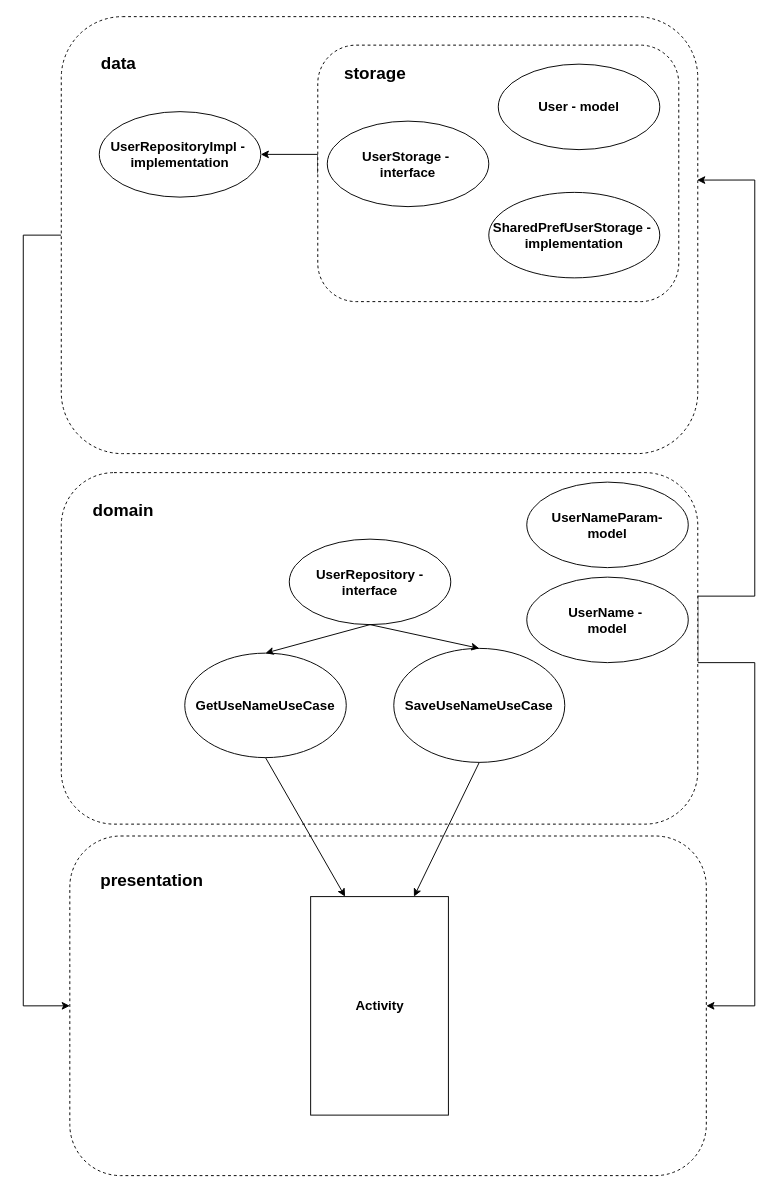
AlexeyYuditsky/AndroidTrainingMaterial keeps this draw.io diagram as clean-architecture/clean architecture.drawio. Above is the earlier version. Source tidied: cells renumbered, new cells numbered last; positions are measured from the earlier drawing's top-left corner, leaving out a move shared by most shapes. Both pictures are drawn from the tidied source at 95%, with x=0, y=0 at pixel (23, 16).
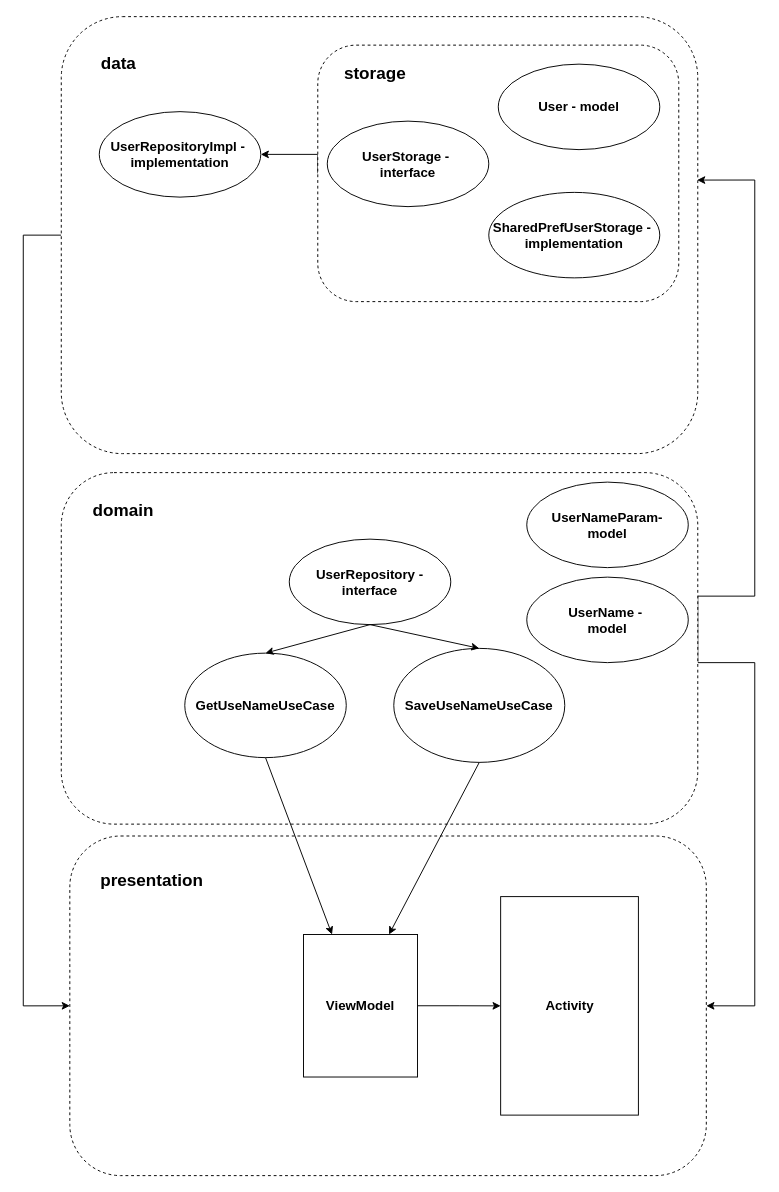
After the change.

Commit message (it also covers changes not shown here):
Impl ViewModel factory

The change refers to these unchanged cells:
```xml
<mxCell id="6" value="&lt;b&gt;&lt;font style=&quot;font-size: 14px;&quot;&gt;GetUseNameUseCase&lt;/font&gt;&lt;/b&gt;" style="ellipse;whiteSpace=wrap;html=1;" parent="1" vertex="1">
  <mxGeometry x="170" y="670" width="170" height="110" as="geometry" />
</mxCell>
<mxCell id="7" value="&lt;b&gt;&lt;font style=&quot;font-size: 14px;&quot;&gt;SaveUseNameUseCase&lt;/font&gt;&lt;/b&gt;" style="ellipse;whiteSpace=wrap;html=1;" parent="1" vertex="1">
  <mxGeometry x="390" y="665" width="180" height="120" as="geometry" />
</mxCell>
```

Diff of the diagram source:
```diff
@@
     <mxCell id="8" style="rounded=0;whiteSpace=wrap;html=1;rotation=90;" parent="1" vertex="1">
-      <mxGeometry x="260" y="968.8" width="230" height="145" as="geometry" />
+      <mxGeometry x="460" y="968.8" width="230" height="145" as="geometry" />
     </mxCell>
-    <mxCell id="9" style="endArrow=classic;html=1;rounded=0;exitX=0.5;exitY=1;exitDx=0;exitDy=0;entryX=0;entryY=0.75;entryDx=0;entryDy=0;" parent="1" edge="1" source="6" target="8">
+    <mxCell id="9" style="endArrow=classic;html=1;rounded=0;exitX=0.5;exitY=1;exitDx=0;exitDy=0;entryX=0.25;entryY=0;entryDx=0;entryDy=0;" parent="1" edge="1" source="6" target="30">
       <mxGeometry relative="1" as="geometry" />
     </mxCell>
-    <mxCell id="10" style="endArrow=classic;html=1;rounded=0;exitX=0.5;exitY=1;exitDx=0;exitDy=0;entryX=0;entryY=0.25;entryDx=0;entryDy=0;" parent="1" edge="1" source="7" target="8">
+    <mxCell id="10" style="endArrow=classic;html=1;rounded=0;exitX=0.5;exitY=1;exitDx=0;exitDy=0;entryX=0.75;entryY=0;entryDx=0;entryDy=0;" parent="1" edge="1" source="7" target="30">
       <mxGeometry relative="1" as="geometry" />
     </mxCell>
@@
     <mxCell id="13" value="&lt;b&gt;Activity&lt;/b&gt;" style="text;html=1;align=center;verticalAlign=middle;strokeColor=none;fillColor=none;fontSize=14;" parent="1" vertex="1">
-      <mxGeometry x="340" y="1026.2" width="70" height="30" as="geometry" />
+      <mxGeometry x="540" y="1026.2" width="70" height="30" as="geometry" />
     </mxCell>
@@
+    <mxCell id="29" style="edgeStyle=orthogonalEdgeStyle;rounded=0;jettySize=auto;html=1;fontSize=14;" parent="1" edge="1" source="30" target="8">
+      <mxGeometry relative="1" as="geometry" />
+    </mxCell>
+    <mxCell id="30" value="&lt;b&gt;&lt;font style=&quot;font-size: 14px;&quot;&gt;ViewModel&lt;/font&gt;&lt;/b&gt;" style="rounded=0;whiteSpace=wrap;html=1;" parent="1" vertex="1">
+      <mxGeometry x="295" y="966.2" width="120" height="150" as="geometry" />
+    </mxCell>
```
